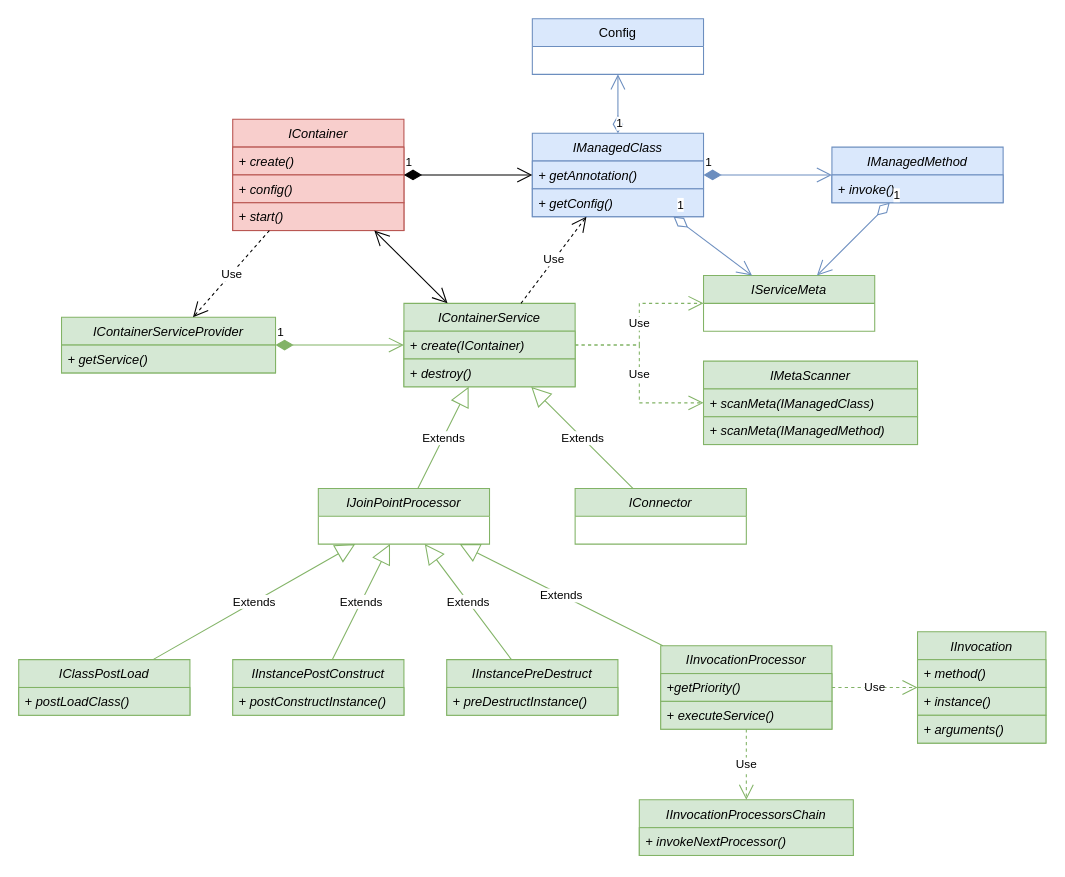
Earlier version of the draw.io diagram page "Container Service Classes" (2 of 13) of docs/container.drawio (js-lib-com/tiny-container). Source tidied: cells renumbered, new cells numbered last; positions are measured from the earlier drawing's top-left corner, leaving out a move shared by most shapes. Both pictures are drawn from the tidied source at 107%, with x=0, y=0 at pixel (18, 18).
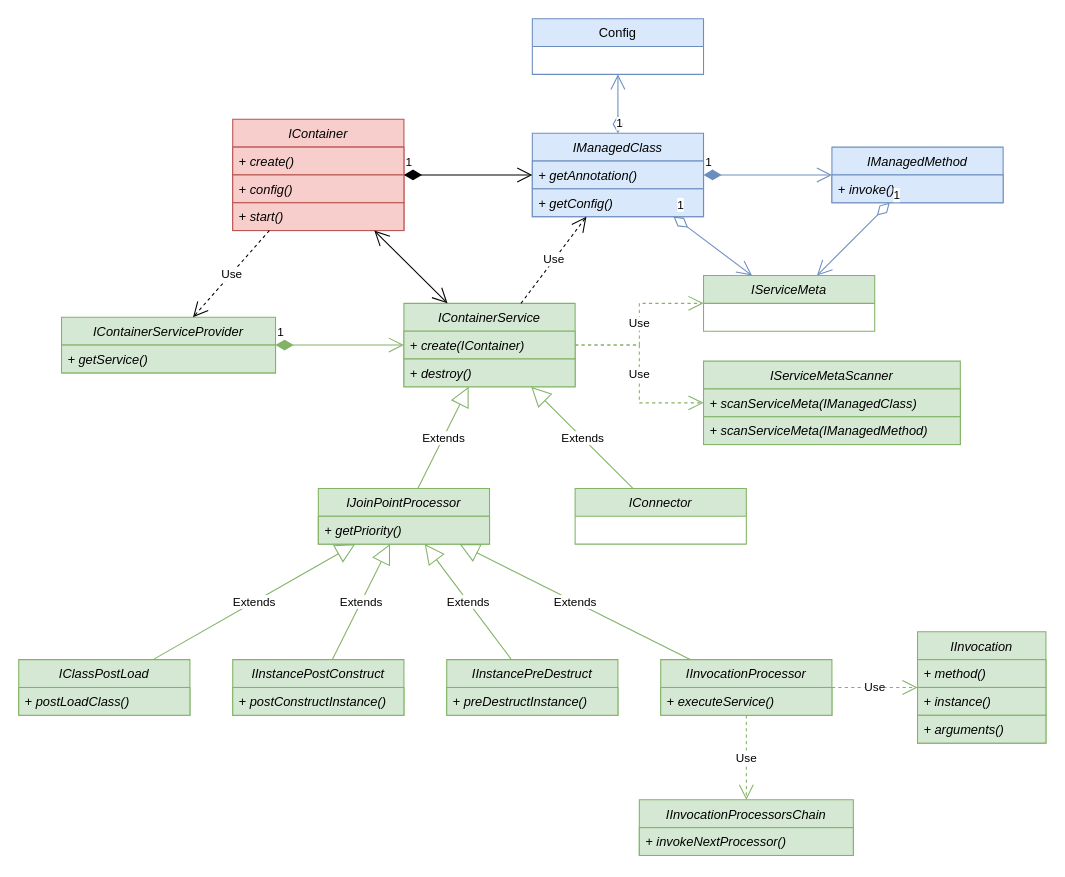
The same page after the edit.

The change refers to these unchanged cells:
```xml
<mxCell id="8" value="IJoinPointProcessor" style="swimlane;fontStyle=2;horizontal=1;startSize=26;fillColor=#d5e8d4;rounded=0;labelBackgroundColor=none;fontSize=12;align=center;verticalAlign=middle;strokeColor=#82b366;" parent="1" vertex="1">
  <mxGeometry x="280" y="439" width="160" height="52" as="geometry" />
</mxCell>
```

The edit, as a diff of the source:
```diff
@@
+    <mxCell id="11" value="+ getPriority()" style="text;strokeColor=#82b366;fillColor=#d5e8d4;align=left;verticalAlign=top;spacingLeft=4;spacingRight=4;overflow=hidden;fontStyle=2;" parent="8" vertex="1">
+      <mxGeometry y="26" width="160" height="26" as="geometry" />
+    </mxCell>
@@
     <mxCell id="10" value="IInvocationProcessor" style="swimlane;fontStyle=2;horizontal=1;startSize=26;fillColor=#d5e8d4;strokeColor=#82b366;" parent="1" vertex="1">
-      <mxGeometry x="600" y="586" width="160" height="78" as="geometry" />
+      <mxGeometry x="600" y="599" width="160" height="52" as="geometry" />
     </mxCell>
-    <mxCell id="11" value="+getPriority()" style="text;strokeColor=#82b366;fillColor=#d5e8d4;align=left;verticalAlign=top;spacingLeft=4;spacingRight=4;overflow=hidden;fontStyle=2;" parent="10" vertex="1">
-      <mxGeometry y="26" width="160" height="26" as="geometry" />
-    </mxCell>
     <mxCell id="12" value="+ executeService()" style="text;strokeColor=#82b366;fillColor=#d5e8d4;align=left;verticalAlign=top;spacingLeft=4;spacingRight=4;overflow=hidden;fontStyle=2;" parent="10" vertex="1">
-      <mxGeometry y="52" width="160" height="26" as="geometry" />
+      <mxGeometry y="26" width="160" height="26" as="geometry" />
     </mxCell>
@@
-    <mxCell id="53" value="IMetaScanner" style="swimlane;fontStyle=2;horizontal=1;startSize=26;fillColor=#d5e8d4;strokeColor=#82b366;" parent="1" vertex="1">
-      <mxGeometry x="640" y="320" width="200" height="78" as="geometry" />
+    <mxCell id="53" value="IServiceMetaScanner" style="swimlane;fontStyle=2;horizontal=1;startSize=26;fillColor=#d5e8d4;strokeColor=#82b366;" parent="1" vertex="1">
+      <mxGeometry x="640" y="320" width="240" height="78" as="geometry" />
     </mxCell>
-    <mxCell id="54" value="+ scanMeta(IManagedClass)" style="text;strokeColor=#82b366;fillColor=#d5e8d4;align=left;verticalAlign=top;spacingLeft=4;spacingRight=4;overflow=hidden;fontStyle=2;" parent="53" vertex="1">
-      <mxGeometry y="26" width="200" height="26" as="geometry" />
+    <mxCell id="54" value="+ scanServiceMeta(IManagedClass)" style="text;strokeColor=#82b366;fillColor=#d5e8d4;align=left;verticalAlign=top;spacingLeft=4;spacingRight=4;overflow=hidden;fontStyle=2;" parent="53" vertex="1">
+      <mxGeometry y="26" width="240" height="26" as="geometry" />
     </mxCell>
-    <mxCell id="55" value="+ scanMeta(IManagedMethod)" style="text;strokeColor=#82b366;fillColor=#d5e8d4;align=left;verticalAlign=top;spacingLeft=4;spacingRight=4;overflow=hidden;fontStyle=2;" parent="53" vertex="1">
-      <mxGeometry y="52" width="200" height="26" as="geometry" />
+    <mxCell id="55" value="+ scanServiceMeta(IManagedMethod)" style="text;strokeColor=#82b366;fillColor=#d5e8d4;align=left;verticalAlign=top;spacingLeft=4;spacingRight=4;overflow=hidden;fontStyle=2;" parent="53" vertex="1">
+      <mxGeometry y="52" width="240" height="26" as="geometry" />
     </mxCell>
```
